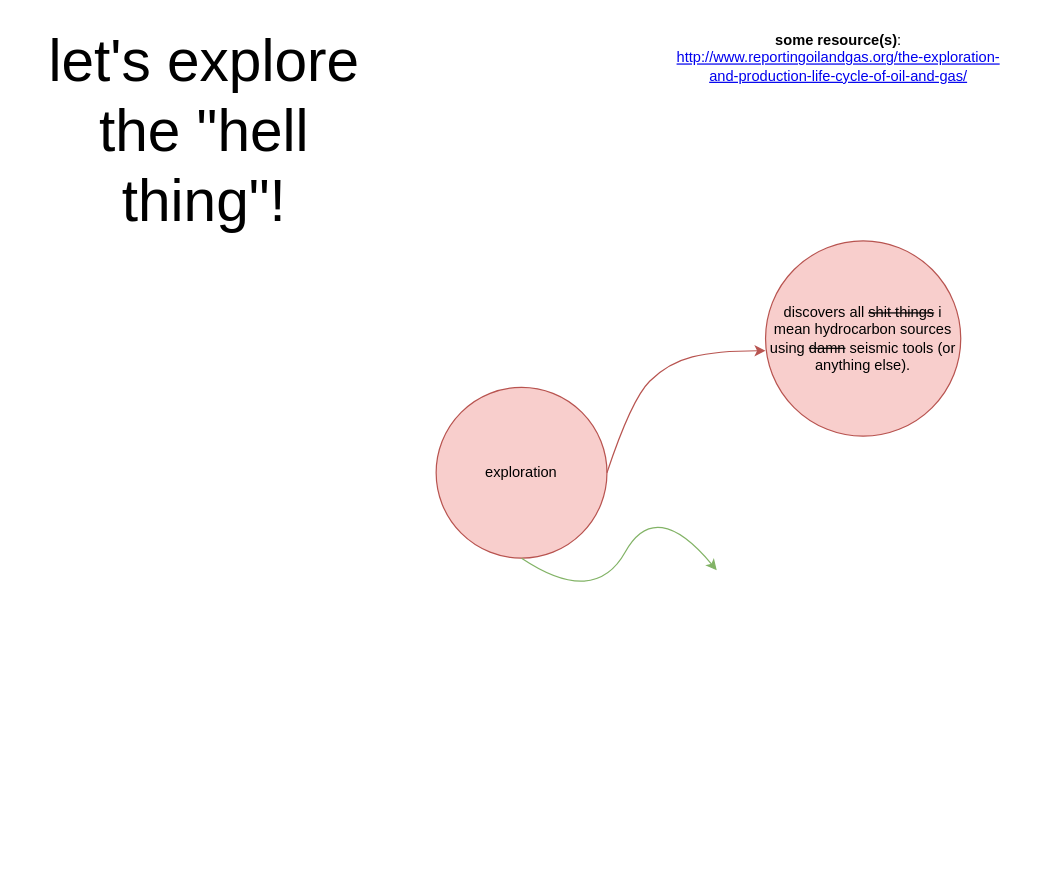
oilshit/lifecycle-concepts keeps this draw.io diagram as page "exploration" (2 of 2) of oilshit lifecycle concepts.drawio. Above is the earlier version. Source tidied: cells renumbered, new cells numbered last; positions are measured from the earlier drawing's top-left corner, leaving out a move shared by most shapes. Both pictures are drawn from the tidied source at 122%, with x=0, y=0 at pixel (21, 21).
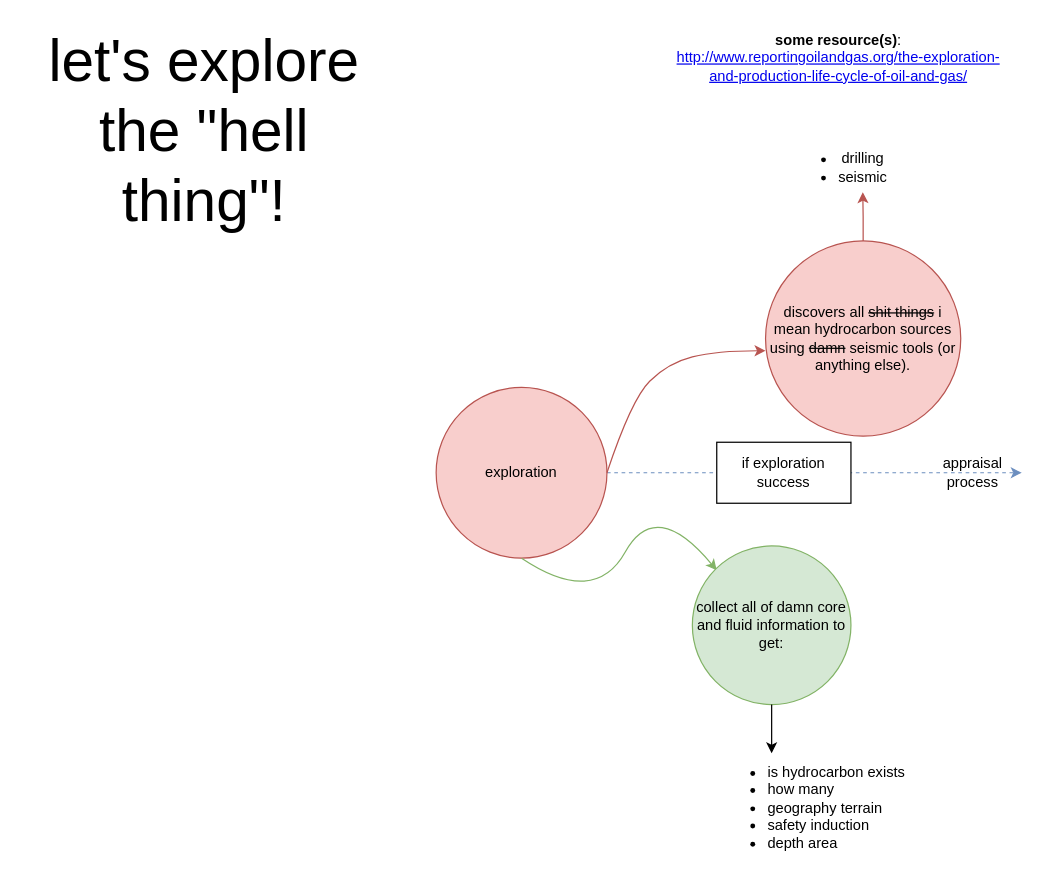
Above is the later version.

Commit message:
update exploration section on draw.io

The change refers to these unchanged cells:
```xml
<mxCell id="3" value="exploration" style="ellipse;whiteSpace=wrap;html=1;fillColor=#f8cecc;strokeColor=#b85450;" parent="1" vertex="1">
  <mxGeometry x="340" y="300" width="140" height="140" as="geometry" />
</mxCell>
<mxCell id="5" value="discovers all &lt;strike&gt;shit things&lt;/strike&gt; i mean hydrocarbon sources using &lt;strike&gt;damn&lt;/strike&gt; seismic tools (or anything else). " style="ellipse;whiteSpace=wrap;html=1;fillColor=#f8cecc;strokeColor=#b85450;" parent="1" vertex="1">
  <mxGeometry x="610" y="180" width="160" height="160" as="geometry" />
</mxCell>
```

The edit, as a diff of the source:
```diff
@@
+    <mxCell id="8" style="edgeStyle=orthogonalEdgeStyle;rounded=0;jettySize=auto;html=1;dashed=1;fillColor=#dae8fc;strokeColor=#6c8ebf;" parent="1" edge="1" source="3">
+      <mxGeometry relative="1" as="geometry">
+        <mxPoint x="820" y="370" as="targetPoint" />
+      </mxGeometry>
+    </mxCell>
@@
+    <mxCell id="9" style="edgeStyle=orthogonalEdgeStyle;rounded=0;jettySize=auto;html=1;exitX=0.5;exitY=0;exitDx=0;exitDy=0;fillColor=#f8cecc;strokeColor=#b85450;" parent="1" edge="1" source="5">
+      <mxGeometry relative="1" as="geometry">
+        <mxPoint x="689.7" y="140" as="targetPoint" />
+      </mxGeometry>
+    </mxCell>
@@
+    <mxCell id="10" value="&lt;ul&gt;&lt;li&gt;drilling&lt;/li&gt;&lt;li&gt;seismic&lt;/li&gt;&lt;/ul&gt;" style="text;html=1;strokeColor=none;fillColor=none;align=center;verticalAlign=middle;whiteSpace=wrap;rounded=0;" parent="1" vertex="1">
+      <mxGeometry x="635" y="110" width="70" height="20" as="geometry" />
+    </mxCell>
+    <mxCell id="11" value="collect all of damn core and fluid information to get:" style="ellipse;whiteSpace=wrap;html=1;fillColor=#d5e8d4;strokeColor=#82b366;" parent="1" vertex="1">
+      <mxGeometry x="550" y="430" width="130" height="130" as="geometry" />
+    </mxCell>
+    <mxCell id="12" style="endArrow=classic;html=1;exitX=0.5;exitY=1;exitDx=0;exitDy=0;" parent="1" edge="1" source="11">
+      <mxGeometry relative="1" as="geometry">
+        <mxPoint x="615" y="600" as="targetPoint" />
+      </mxGeometry>
+    </mxCell>
+    <mxCell id="13" value="&lt;ul&gt;&lt;li&gt;is hydrocarbon exists&lt;/li&gt;&lt;li&gt;how many&lt;/li&gt;&lt;li&gt;geography terrain&lt;/li&gt;&lt;li&gt;safety induction&lt;/li&gt;&lt;li&gt;depth area&lt;br&gt;&lt;/li&gt;&lt;/ul&gt;" style="text;whiteSpace=wrap;html=1;" parent="1" vertex="1">
+      <mxGeometry x="570" y="590" width="180" height="100" as="geometry" />
+    </mxCell>
+    <mxCell id="14" value="&lt;div&gt;if exploration success&lt;/div&gt;" style="rounded=0;whiteSpace=wrap;html=1;" parent="1" vertex="1">
+      <mxGeometry x="570" y="345" width="110" height="50" as="geometry" />
+    </mxCell>
+    <mxCell id="15" value="&lt;div&gt;appraisal&lt;/div&gt;&lt;div&gt;process&lt;br&gt;&lt;/div&gt;" style="text;html=1;strokeColor=none;fillColor=none;align=center;verticalAlign=middle;whiteSpace=wrap;rounded=0;" parent="1" vertex="1">
+      <mxGeometry x="760" y="360" width="40" height="20" as="geometry" />
+    </mxCell>
```
